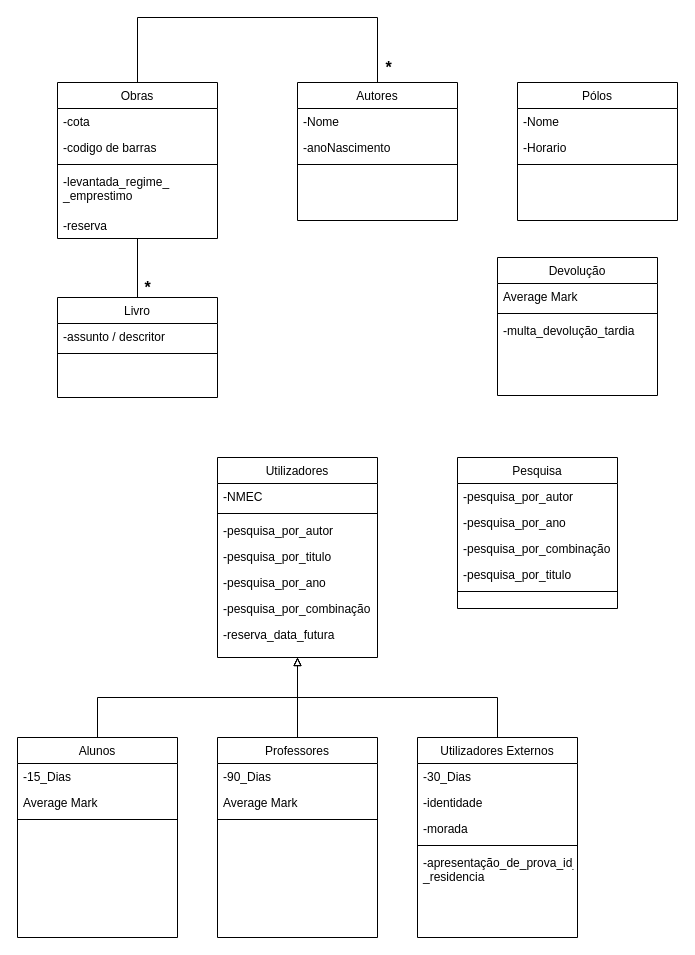
The draw.io diagram page "3.2" (1 of 2) of P/P3/P3.drawio in DavidAraujo98/AS, before the edit. Source tidied: cells renumbered, new cells numbered last; positions are measured from the earlier drawing's top-left corner, leaving out a move shared by most shapes. Both pictures are drawn from the tidied source at 100%, with x=0, y=0 at pixel (17, 17).
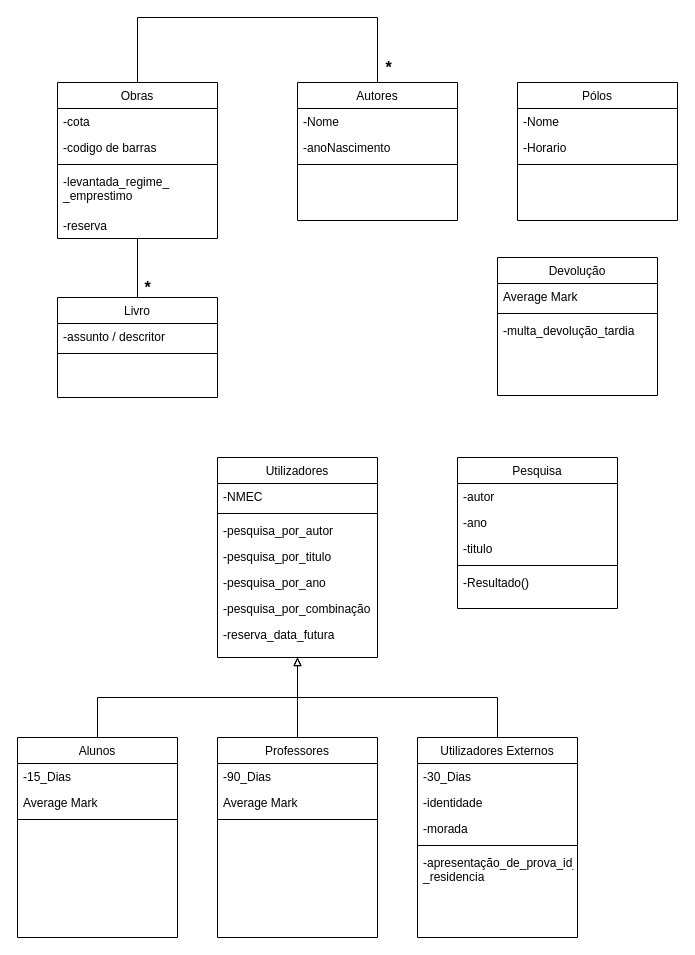
The same page after the edit.

Unchanged cells that the change refers to:
```xml
<mxCell id="52" value="Pesquisa" style="swimlane;fontStyle=0;align=center;verticalAlign=top;horizontal=1;startSize=26;rounded=0;shadow=0;strokeWidth=1;" parent="1" vertex="1">
  <mxGeometry x="440" y="440" width="160" height="151" as="geometry" />
</mxCell>
```

The edit, as a diff of the source:
```diff
@@
-    <mxCell id="53" value="-pesquisa_por_autor" style="text;align=left;verticalAlign=top;spacingLeft=4;spacingRight=4;overflow=hidden;" parent="52" vertex="1">
+    <mxCell id="53" value="-autor" style="text;align=left;verticalAlign=top;spacingLeft=4;spacingRight=4;overflow=hidden;" parent="52" vertex="1">
       <mxGeometry y="26" width="160" height="26" as="geometry" />
     </mxCell>
-    <mxCell id="54" value="-pesquisa_por_ano" style="text;align=left;verticalAlign=top;spacingLeft=4;spacingRight=4;overflow=hidden;" parent="52" vertex="1">
+    <mxCell id="54" value="-ano" style="text;align=left;verticalAlign=top;spacingLeft=4;spacingRight=4;overflow=hidden;" parent="52" vertex="1">
       <mxGeometry y="52" width="160" height="26" as="geometry" />
     </mxCell>
-    <mxCell id="55" value="-pesquisa_por_combinação" style="text;align=left;verticalAlign=top;spacingLeft=4;spacingRight=4;overflow=hidden;" parent="52" vertex="1">
-      <mxGeometry y="78" width="160" height="26" as="geometry" />
-    </mxCell>
-    <mxCell id="56" value="-pesquisa_por_titulo" style="text;align=left;verticalAlign=top;spacingLeft=4;spacingRight=4;overflow=hidden;" parent="52" vertex="1">
-      <mxGeometry y="104" width="160" height="26" as="geometry" />
+    <mxCell id="56" value="-titulo" style="text;align=left;verticalAlign=top;spacingLeft=4;spacingRight=4;overflow=hidden;" parent="52" vertex="1">
+      <mxGeometry y="78" width="160" height="26" as="geometry" />
     </mxCell>
     <mxCell id="57" style="line;html=1;strokeWidth=1;align=left;verticalAlign=middle;spacingTop=-1;spacingLeft=3;spacingRight=3;labelPosition=right;" parent="52" vertex="1">
-      <mxGeometry y="130" width="160" height="8" as="geometry" />
+      <mxGeometry y="104" width="160" height="8" as="geometry" />
     </mxCell>
+    <mxCell id="58" value="-Resultado()" style="text;align=left;verticalAlign=top;spacingLeft=4;spacingRight=4;overflow=hidden;" parent="52" vertex="1">
+      <mxGeometry y="112" width="160" height="26" as="geometry" />
+    </mxCell>
```
